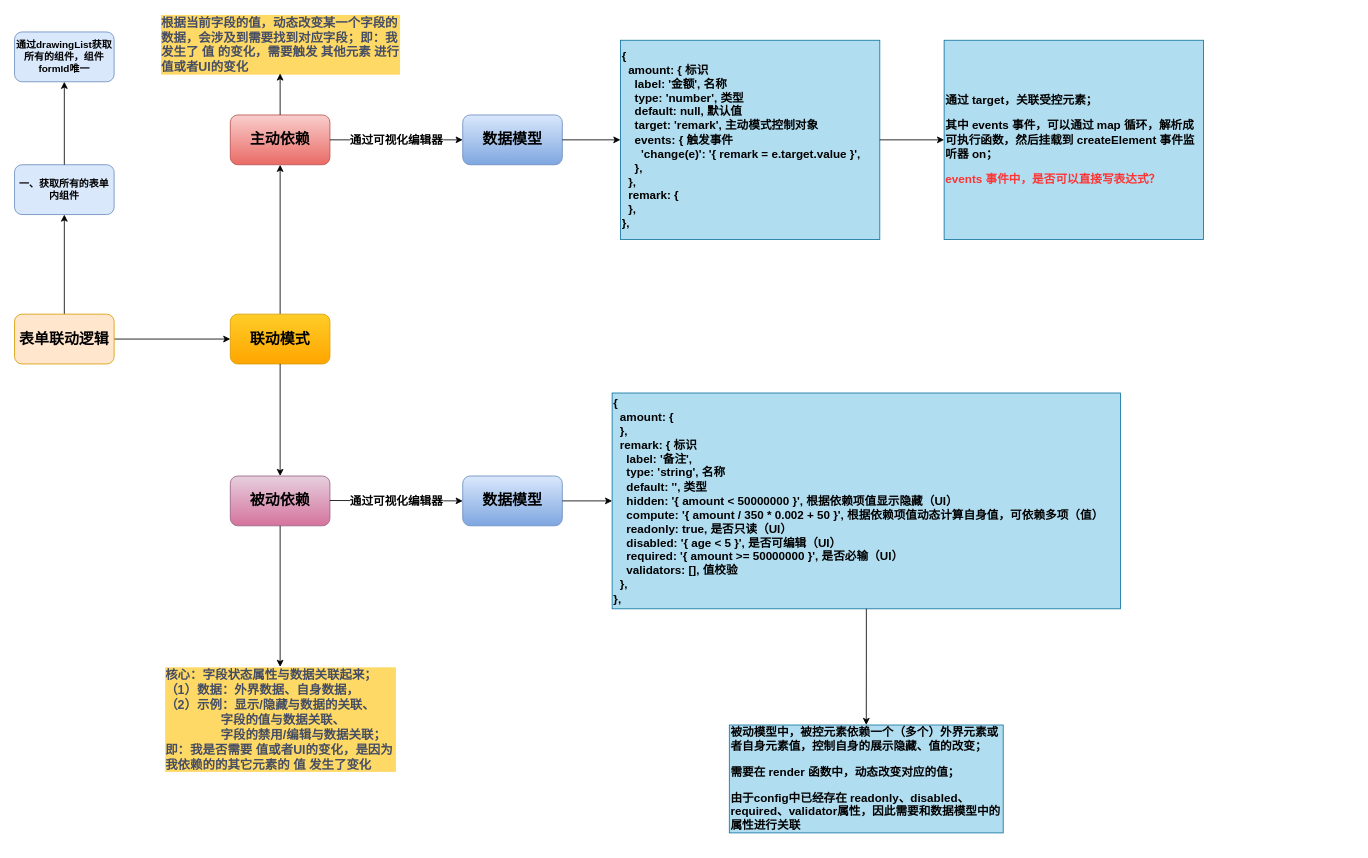
Above: page "第 1 页" (1 of 4) of form-linkages.drawio in DUANQY0818/diagrams-collection (draw.io), before the change. Source tidied: cells renumbered, new cells numbered last; positions are measured from the earlier drawing's top-left corner, leaving out a move shared by most shapes. Both pictures are drawn from the tidied source at 83%, with x=0, y=0 at pixel (14, 15).
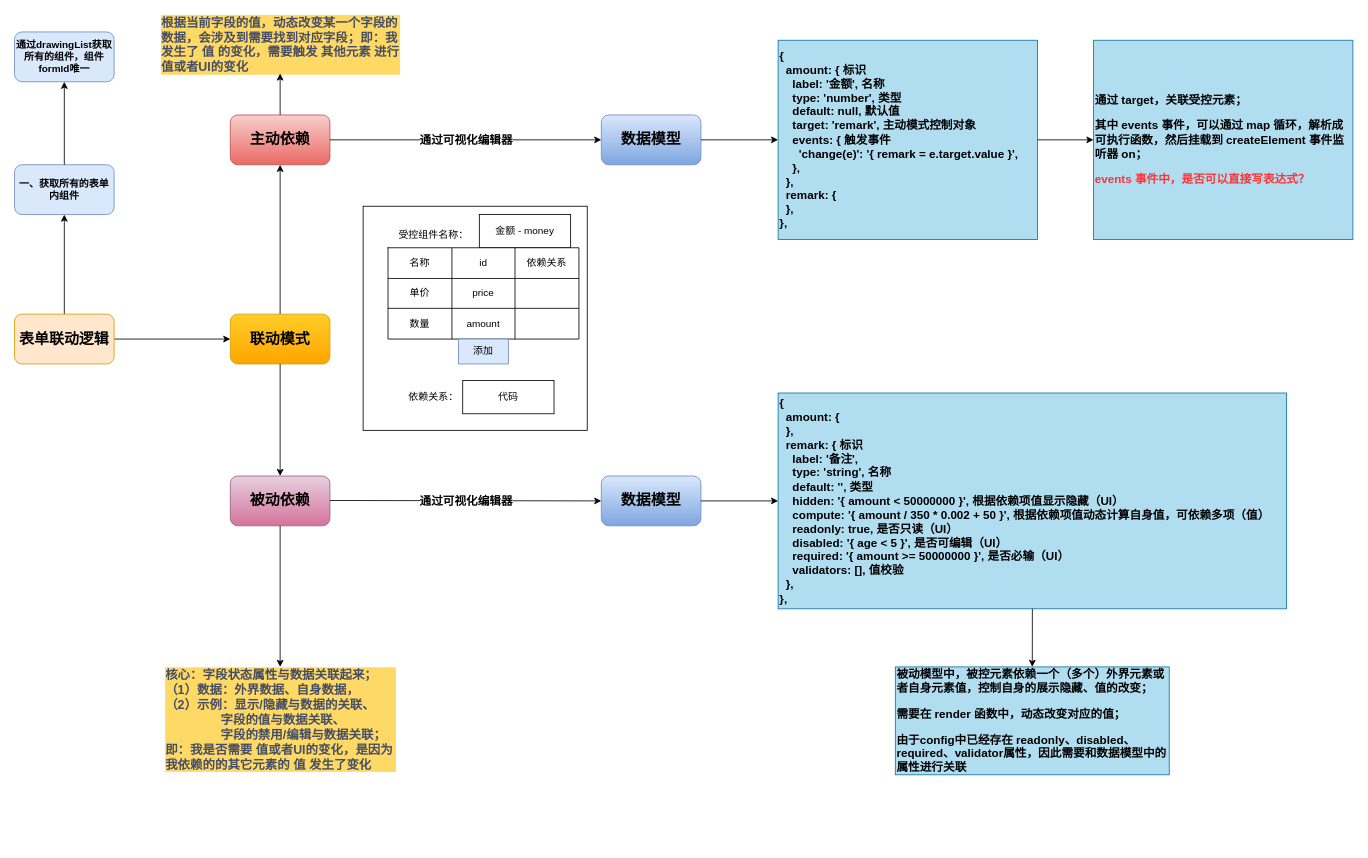
Above is the later version.

The change refers to these unchanged cells:
```xml
<mxCell id="12" style="group;" parent="1" vertex="1">
  <mxGeometry x="180" y="455" width="1152.5" height="530" as="geometry" />
</mxCell>
```

Change to the diagram source:
```diff
@@
     <mxCell id="16" value="数据模型" style="rounded=1;whiteSpace=wrap;html=1;fillColor=#dae8fc;strokeColor=#6c8ebf;fontSize=18;fontStyle=1;gradientColor=#7ea6e0;" parent="12" vertex="1">
-      <mxGeometry x="360" y="100" width="120" height="60" as="geometry" />
+      <mxGeometry x="527" y="100" width="120" height="60" as="geometry" />
     </mxCell>
     <mxCell id="17" value="&lt;h3&gt;{&lt;br&gt;&amp;nbsp; amount: {&amp;nbsp;&lt;br&gt;&amp;nbsp; },&lt;br&gt;&amp;nbsp; remark: {&#9;&#9;&#9;&#9;标识&lt;br&gt;&amp;nbsp; &amp;nbsp; label: '备注',&lt;br&gt;&amp;nbsp; &amp;nbsp; type: 'string',&#9;&#9;名称&lt;br&gt;&amp;nbsp; &amp;nbsp; default: '',&#9;&#9;类型&lt;br&gt;&amp;nbsp; &amp;nbsp; hidden: '{ amount &amp;lt; 50000000 }',&#9;&#9;&#9;根据依赖项值显示隐藏（UI）&lt;br&gt;&amp;nbsp; &amp;nbsp; compute: '{ amount / 350 * 0.002 + 50 }',&#9;根据依赖项值动态计算自身值，可依赖多项（值）&lt;br&gt;&amp;nbsp; &amp;nbsp; readonly: true,&#9;&#9;&#9;&#9;&#9;&#9;&#9;&#9;是否只读（UI）&lt;br&gt;&amp;nbsp; &amp;nbsp; disabled: '{ age &amp;lt; 5 }',&#9;&#9;&#9;&#9;&#9;是否可编辑（UI）&lt;br&gt;&amp;nbsp; &amp;nbsp; required: '{ amount &amp;gt;= 50000000 }',&#9;&#9;&#9;是否必输（UI）&lt;br&gt;&amp;nbsp; &amp;nbsp; validators: [],&#9;&#9;&#9;&#9;&#9;&#9;&#9;&#9;值校验&lt;br&gt;&amp;nbsp; },&lt;br&gt;},&lt;/h3&gt;" style="whiteSpace=wrap;html=1;fillColor=#b1ddf0;strokeColor=#10739e;rounded=0;align=left;" parent="12" vertex="1">
-      <mxGeometry x="540" width="612.5" height="260" as="geometry" />
+      <mxGeometry x="740" width="612.5" height="260" as="geometry" />
     </mxCell>
@@
     <mxCell id="20" value="&lt;h3&gt;被动模型中，被控元素依赖一个（多个）外界元素或者自身元素值，控制自身的展示隐藏、值的改变；&lt;/h3&gt;&lt;h3&gt;需要在 render 函数中，动态改变对应的值；&lt;/h3&gt;&lt;h3&gt;由于config中已经存在 readonly、disabled、required、validator属性，因此需要和数据模型中的属性进行关联&lt;/h3&gt;" style="whiteSpace=wrap;html=1;fillColor=#b1ddf0;strokeColor=#10739e;rounded=0;align=left;" parent="12" vertex="1">
-      <mxGeometry x="681.2" y="400" width="330" height="130" as="geometry" />
+      <mxGeometry x="881.2" y="330" width="330" height="130" as="geometry" />
     </mxCell>
@@
     <mxCell id="22" style="group;" parent="1" vertex="1">
-      <mxGeometry x="175" width="1257.5" height="270" as="geometry" />
+      <mxGeometry x="175" width="1437.5" height="505" as="geometry" />
     </mxCell>
@@
     <mxCell id="26" value="数据模型" style="rounded=1;whiteSpace=wrap;html=1;fillColor=#dae8fc;strokeColor=#6c8ebf;fontSize=18;fontStyle=1;gradientColor=#7ea6e0;" parent="22" vertex="1">
-      <mxGeometry x="365" y="120" width="120" height="60" as="geometry" />
+      <mxGeometry x="532" y="120" width="120" height="60" as="geometry" />
     </mxCell>
     <mxCell id="27" value="&lt;h3&gt;{&lt;br&gt;&amp;nbsp; amount: {&#9;&#9;&#9;&#9;标识&lt;br&gt;&amp;nbsp; &amp;nbsp; label: '金额',&#9;&#9;名称&lt;br&gt;&amp;nbsp; &amp;nbsp; type: 'number',&#9;&#9;类型&lt;br&gt;&amp;nbsp; &amp;nbsp; default: null,&#9;&#9;默认值&lt;br&gt;&amp;nbsp; &amp;nbsp; target: 'remark',&#9;主动模式控制对象&lt;br&gt;&amp;nbsp; &amp;nbsp; events: {&#9;&#9;&#9;触发事件&lt;br&gt;&amp;nbsp; &amp;nbsp; &amp;nbsp; 'change(e)': '{ remark = e.target.value }',&lt;br&gt;&amp;nbsp; &amp;nbsp; },&lt;br&gt;&amp;nbsp; },&lt;br&gt;&amp;nbsp; remark: {&lt;br&gt;&amp;nbsp; },&lt;br&gt;},&lt;/h3&gt;" style="whiteSpace=wrap;html=1;fillColor=#b1ddf0;rounded=0;align=left;strokeColor=#10739e;" parent="22" vertex="1">
-      <mxGeometry x="555" y="30" width="312.5" height="240" as="geometry" />
+      <mxGeometry x="745" y="30" width="312.5" height="240" as="geometry" />
     </mxCell>
@@
+    <mxCell id="32" style="group;" parent="22" vertex="1">
+      <mxGeometry x="245" y="230" width="270" height="275" as="geometry" />
+    </mxCell>
+    <mxCell id="33" style="whiteSpace=wrap;html=1;" parent="32" vertex="1">
+      <mxGeometry width="270" height="270" as="geometry" />
+    </mxCell>
+    <mxCell id="34" value="金额 - money" style="rounded=0;whiteSpace=wrap;html=1;" parent="32" vertex="1">
+      <mxGeometry x="140" y="10" width="110" height="40" as="geometry" />
+    </mxCell>
+    <mxCell id="35" value="受控组件名称：" style="text;html=1;strokeColor=none;fillColor=none;align=center;verticalAlign=middle;whiteSpace=wrap;rounded=0;" parent="32" vertex="1">
+      <mxGeometry x="30" y="20" width="110" height="30" as="geometry" />
+    </mxCell>
+    <mxCell id="36" style="shape=table;html=1;whiteSpace=wrap;startSize=0;childLayout=tableLayout;" parent="32" vertex="1">
+      <mxGeometry x="30" y="50" width="230" height="110" as="geometry" />
+    </mxCell>
+    <mxCell id="37" style="shape=tableRow;horizontal=0;startSize=0;swimlaneHead=0;swimlaneBody=0;top=0;left=0;bottom=0;right=0;fillColor=none;" parent="36" vertex="1">
+      <mxGeometry width="230" height="37" as="geometry" />
+    </mxCell>
+    <mxCell id="38" value="名称" style="shape=partialRectangle;html=1;whiteSpace=wrap;fillColor=none;top=0;left=0;bottom=0;right=0;overflow=hidden;" parent="37" vertex="1">
+      <mxGeometry width="77" height="37" as="geometry" />
+    </mxCell>
+    <mxCell id="39" value="id" style="shape=partialRectangle;html=1;whiteSpace=wrap;fillColor=none;top=0;left=0;bottom=0;right=0;overflow=hidden;" parent="37" vertex="1">
+      <mxGeometry x="77" width="76" height="37" as="geometry" />
+    </mxCell>
+    <mxCell id="40" value="依赖关系" style="shape=partialRectangle;html=1;whiteSpace=wrap;fillColor=none;top=0;left=0;bottom=0;right=0;overflow=hidden;" parent="37" vertex="1">
+      <mxGeometry x="153" width="77" height="37" as="geometry" />
+    </mxCell>
+    <mxCell id="41" style="shape=tableRow;horizontal=0;startSize=0;swimlaneHead=0;swimlaneBody=0;top=0;left=0;bottom=0;right=0;fillColor=none;" parent="36" vertex="1">
+      <mxGeometry y="37" width="230" height="36" as="geometry" />
+    </mxCell>
+    <mxCell id="42" value="单价" style="shape=partialRectangle;html=1;whiteSpace=wrap;fillColor=none;top=0;left=0;bottom=0;right=0;overflow=hidden;" parent="41" vertex="1">
+      <mxGeometry width="77" height="36" as="geometry" />
+    </mxCell>
+    <mxCell id="43" value="price" style="shape=partialRectangle;html=1;whiteSpace=wrap;fillColor=none;top=0;left=0;bottom=0;right=0;overflow=hidden;" parent="41" vertex="1">
+      <mxGeometry x="77" width="76" height="36" as="geometry" />
+    </mxCell>
+    <mxCell id="44" style="shape=partialRectangle;html=1;whiteSpace=wrap;fillColor=none;top=0;left=0;bottom=0;right=0;overflow=hidden;" parent="41" vertex="1">
+      <mxGeometry x="153" width="77" height="36" as="geometry" />
+    </mxCell>
+    <mxCell id="45" style="shape=tableRow;horizontal=0;startSize=0;swimlaneHead=0;swimlaneBody=0;top=0;left=0;bottom=0;right=0;fillColor=none;" parent="36" vertex="1">
+      <mxGeometry y="73" width="230" height="37" as="geometry" />
+    </mxCell>
+    <mxCell id="46" value="数量" style="shape=partialRectangle;html=1;whiteSpace=wrap;fillColor=none;top=0;left=0;bottom=0;right=0;overflow=hidden;" parent="45" vertex="1">
+      <mxGeometry width="77" height="37" as="geometry" />
+    </mxCell>
+    <mxCell id="47" value="amount" style="shape=partialRectangle;html=1;whiteSpace=wrap;fillColor=none;top=0;left=0;bottom=0;right=0;overflow=hidden;" parent="45" vertex="1">
+      <mxGeometry x="77" width="76" height="37" as="geometry" />
+    </mxCell>
+    <mxCell id="48" style="shape=partialRectangle;html=1;whiteSpace=wrap;fillColor=none;top=0;left=0;bottom=0;right=0;overflow=hidden;" parent="45" vertex="1">
+      <mxGeometry x="153" width="77" height="37" as="geometry" />
+    </mxCell>
+    <mxCell id="49" value="添加" style="text;html=1;strokeColor=#6c8ebf;fillColor=#dae8fc;align=center;verticalAlign=middle;whiteSpace=wrap;rounded=0;" parent="32" vertex="1">
+      <mxGeometry x="115" y="160" width="60" height="30" as="geometry" />
+    </mxCell>
+    <mxCell id="50" value="代码" style="rounded=0;whiteSpace=wrap;html=1;" parent="32" vertex="1">
+      <mxGeometry x="120" y="210" width="110" height="40" as="geometry" />
+    </mxCell>
+    <mxCell id="51" value="依赖关系：" style="text;html=1;strokeColor=none;fillColor=none;align=center;verticalAlign=middle;whiteSpace=wrap;rounded=0;" parent="32" vertex="1">
+      <mxGeometry x="30" y="215" width="110" height="30" as="geometry" />
+    </mxCell>
     <mxCell id="30" value="&lt;h3&gt;通过 target，关联受控元素；&lt;/h3&gt;&lt;h3&gt;其中 events 事件，可以通过 map 循环，解析成可执行函数，然后挂载到 createElement 事件监听器 on；&lt;/h3&gt;&lt;h3&gt;&lt;font color=&quot;#ff3333&quot;&gt;events 事件中，是否可以直接写表达式？&lt;/font&gt;&lt;/h3&gt;" style="whiteSpace=wrap;html=1;fillColor=#b1ddf0;rounded=0;align=left;strokeColor=#10739e;" parent="22" vertex="1">
-      <mxGeometry x="945" y="30" width="312.5" height="240" as="geometry" />
+      <mxGeometry x="1125" y="30" width="312.5" height="240" as="geometry" />
     </mxCell>
```
